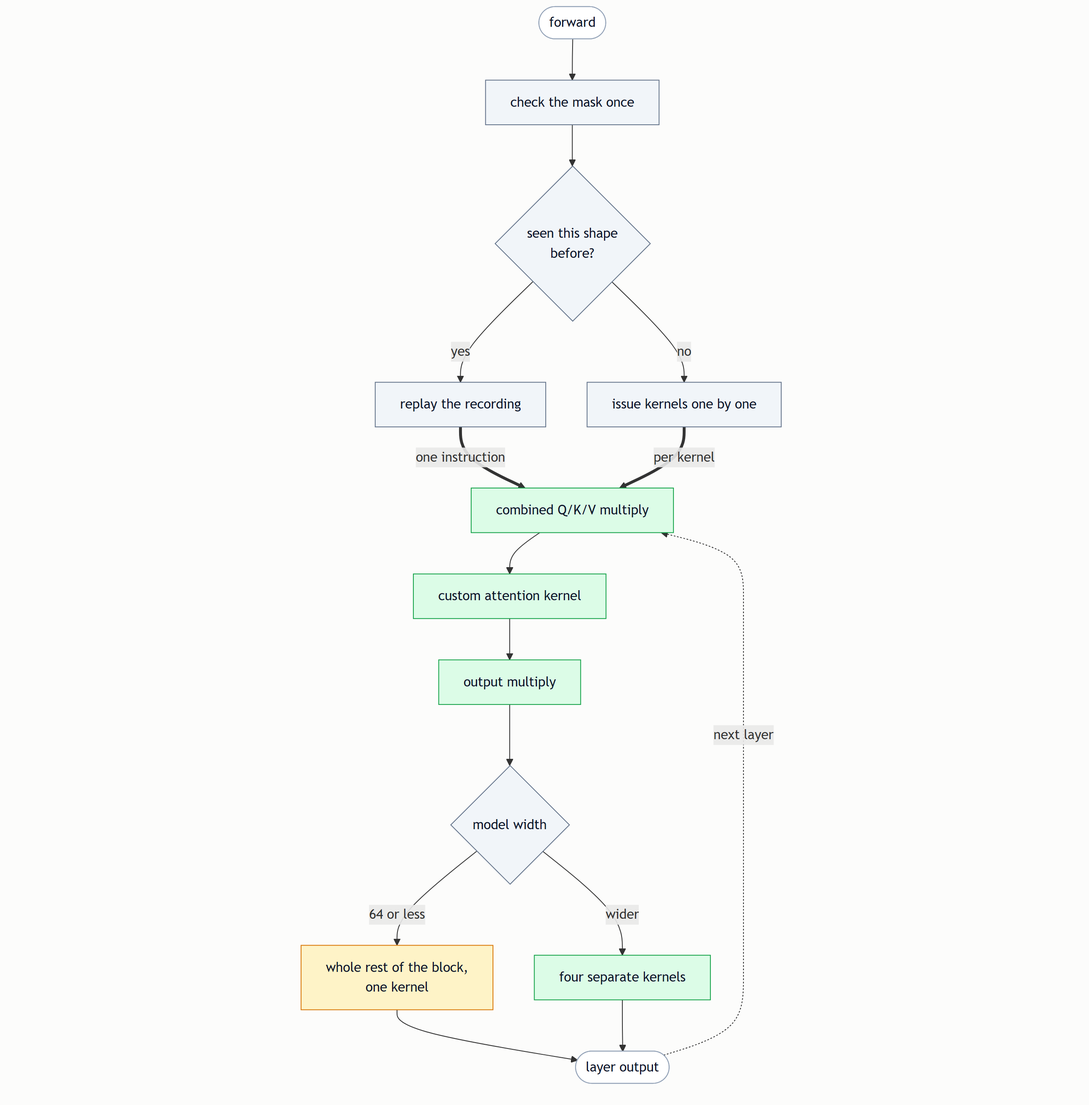
The Mermaid diagram images/forward-pass.png in jazwinn/Distraction-OptimizedTransformerLayer, before a commit. Its source is kept beside it as images/forward-pass.mmd.
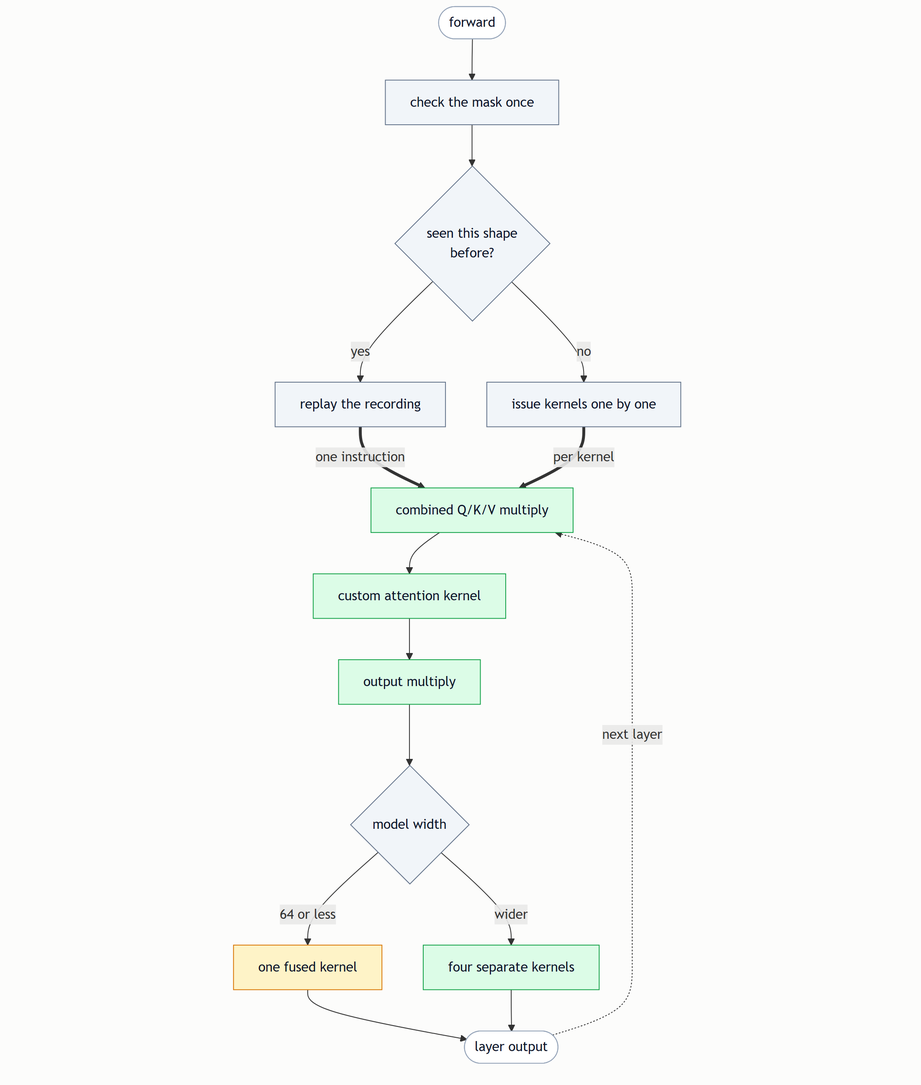
Later version of the same file.

The edit, as a diff of the source:
```diff
@@ -7,7 +7,7 @@
     replay ==>|"one instruction"| qkv["combined Q/K/V multiply"]
     eager ==>|"per kernel"| qkv
     qkv --> attn["custom attention kernel"] --> outp["output multiply"] --> gate{"model width"}
-    gate -->|"64 or less"| fused["whole rest of the block,<br/>one kernel"]
+    gate -->|"64 or less"| fused["one fused kernel"]
     gate -->|"wider"| chain["four separate kernels"]
     fused --> out(["layer output"])
     chain --> out
```
